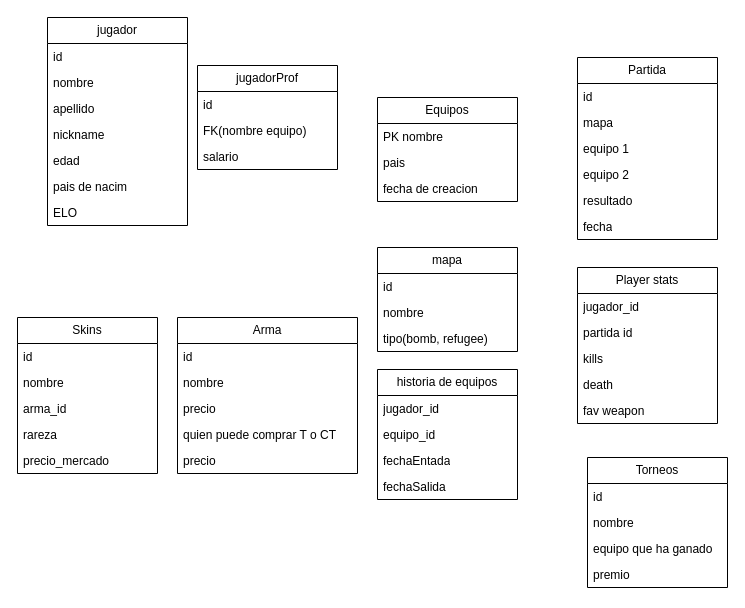
The draw.io diagram BD/PROYECTO FINAL/Diagrama.drawio in krypton1312/AulaCampus, before the edit. Source tidied: cells renumbered, new cells numbered last; positions are measured from the earlier drawing's top-left corner, leaving out a move shared by most shapes. Both pictures are drawn from the tidied source at 100%, with x=0, y=0 at pixel (17, 17).
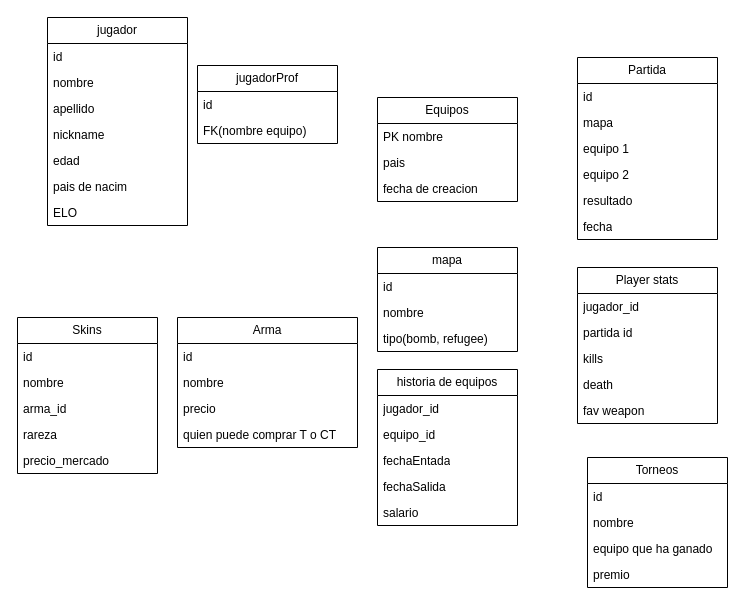
The same diagram, later.

Diff of the diagram source:
```diff
@@
     <mxCell id="21" value="Arma" style="swimlane;fontStyle=0;horizontal=1;startSize=26;fillColor=none;whiteSpace=wrap;html=1;" parent="1" vertex="1">
-      <mxGeometry x="160" y="300" width="180" height="156" as="geometry" />
+      <mxGeometry x="160" y="300" width="180" height="130" as="geometry" />
     </mxCell>
@@
-    <mxCell id="26" value="precio" style="text;strokeColor=none;fillColor=none;align=left;verticalAlign=top;spacingLeft=4;spacingRight=4;overflow=hidden;whiteSpace=wrap;html=1;" parent="21" vertex="1">
-      <mxGeometry y="130" width="180" height="26" as="geometry" />
-    </mxCell>
@@
     <mxCell id="37" value="historia de equipos" style="swimlane;fontStyle=0;horizontal=1;startSize=26;fillColor=none;whiteSpace=wrap;html=1;" parent="1" vertex="1">
-      <mxGeometry x="360" y="352" width="140" height="130" as="geometry" />
+      <mxGeometry x="360" y="352" width="140" height="156" as="geometry" />
     </mxCell>
@@
+    <mxCell id="50" value="salario" style="text;strokeColor=none;fillColor=none;align=left;verticalAlign=top;spacingLeft=4;spacingRight=4;overflow=hidden;whiteSpace=wrap;html=1;" parent="37" vertex="1">
+      <mxGeometry y="130" width="140" height="26" as="geometry" />
+    </mxCell>
@@
     <mxCell id="47" value="jugadorProf" style="swimlane;fontStyle=0;horizontal=1;startSize=26;fillColor=none;whiteSpace=wrap;html=1;" parent="1" vertex="1">
-      <mxGeometry x="180" y="48" width="140" height="104" as="geometry" />
+      <mxGeometry x="180" y="48" width="140" height="78" as="geometry" />
     </mxCell>
@@
-    <mxCell id="50" value="salario" style="text;strokeColor=none;fillColor=none;align=left;verticalAlign=top;spacingLeft=4;spacingRight=4;overflow=hidden;whiteSpace=wrap;html=1;" parent="47" vertex="1">
-      <mxGeometry y="78" width="140" height="26" as="geometry" />
-    </mxCell>
```
